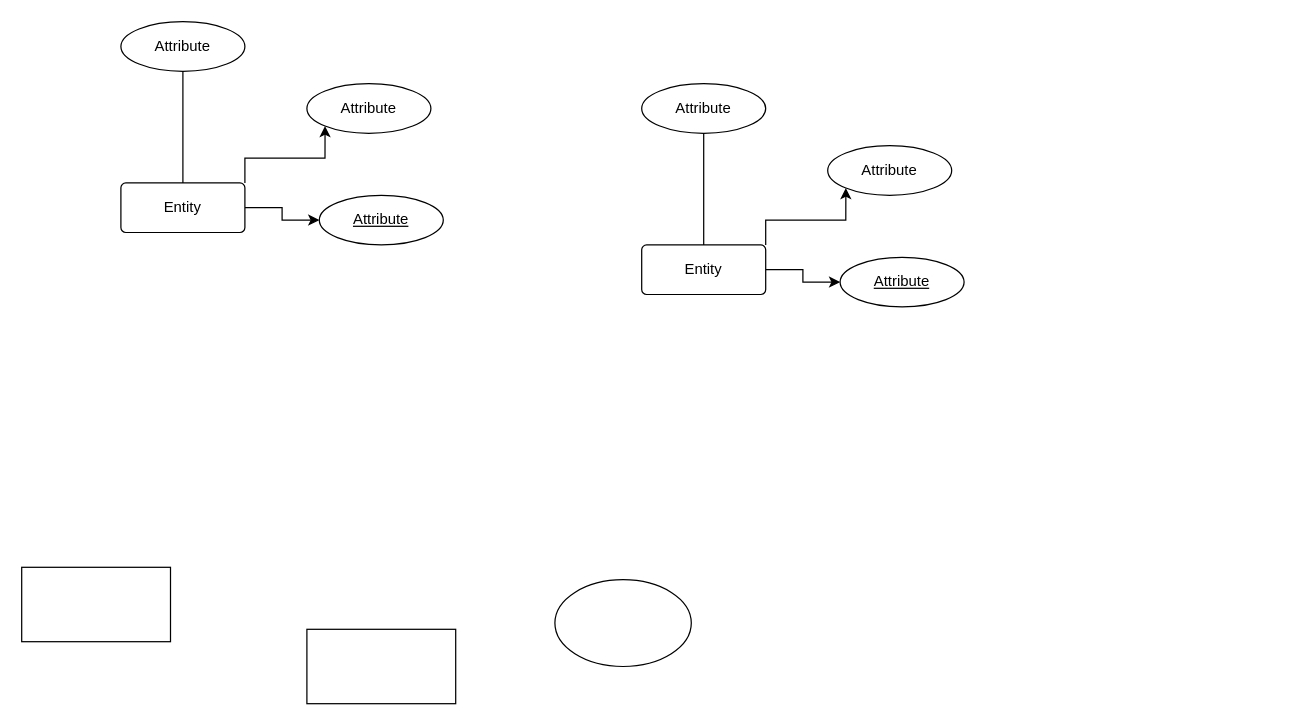
itsfadymate/Customer-Data-Management-System keeps this draw.io diagram as Untitled Diagram.drawio. Above is the earlier version. Source tidied: cells renumbered, new cells numbered last; positions are measured from the earlier drawing's top-left corner, leaving out a move shared by most shapes. Both pictures are drawn from the tidied source at 124%, with x=0, y=0 at pixel (21, 21).
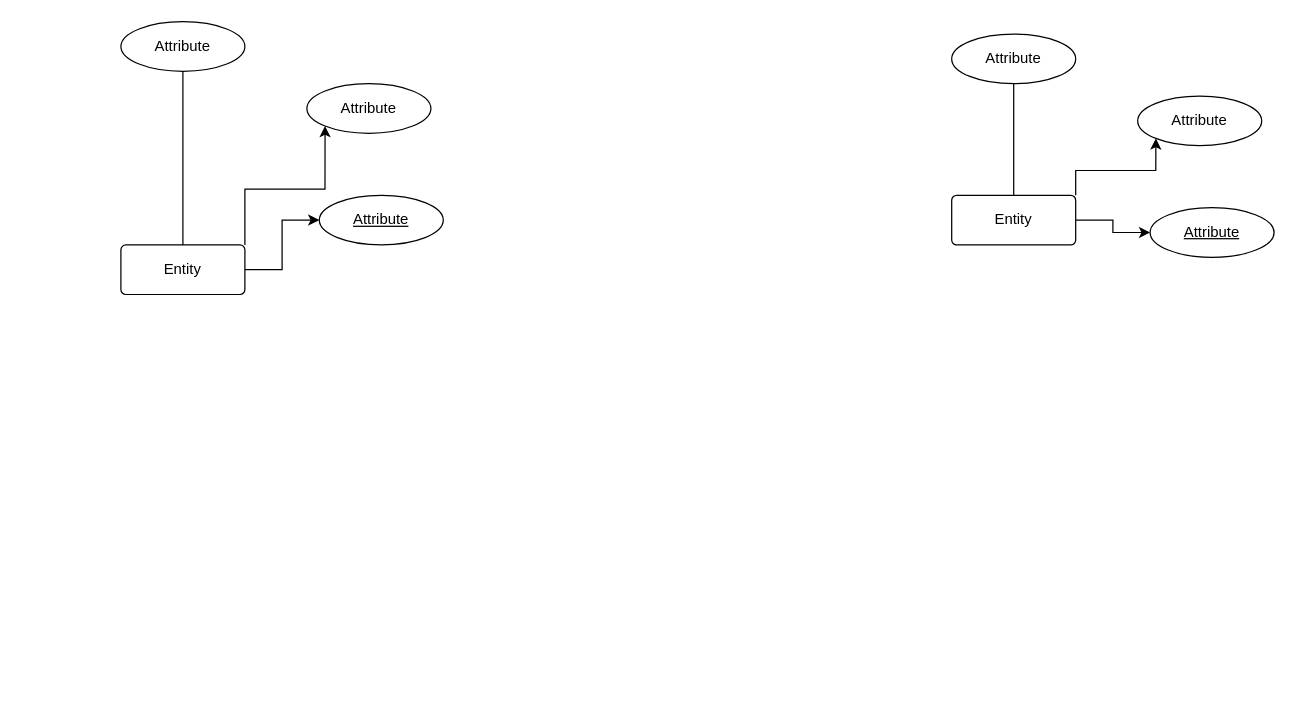
Above is the later version.

Diff of the diagram source:
```diff
@@
 <mxGraphModel>
   <root>
     <mxCell id="0" />
     <mxCell id="1" parent="0" />
     <mxCell id="2" style="edgeStyle=orthogonalEdgeStyle;rounded=0;jettySize=auto;html=1;exitX=1;exitY=0;exitDx=0;exitDy=0;entryX=0;entryY=1;entryDx=0;entryDy=0;" parent="1" edge="1" source="4" target="6">
       <mxGeometry relative="1" as="geometry" />
     </mxCell>
     <mxCell id="3" style="edgeStyle=orthogonalEdgeStyle;rounded=0;jettySize=auto;html=1;" parent="1" edge="1" source="4" target="7">
       <mxGeometry relative="1" as="geometry" />
     </mxCell>
     <mxCell id="4" value="Entity" style="rounded=1;arcSize=10;whiteSpace=wrap;html=1;align=center;" parent="1" vertex="1">
-      <mxGeometry x="500" y="180" width="100" height="40" as="geometry" />
+      <mxGeometry x="750" y="140" width="100" height="40" as="geometry" />
     </mxCell>
     <mxCell id="5" value="Attribute" style="ellipse;whiteSpace=wrap;html=1;align=center;" parent="1" vertex="1">
-      <mxGeometry x="500" y="50" width="100" height="40" as="geometry" />
+      <mxGeometry x="750" y="10" width="100" height="40" as="geometry" />
     </mxCell>
     <mxCell id="6" value="Attribute" style="ellipse;whiteSpace=wrap;html=1;align=center;" parent="1" vertex="1">
-      <mxGeometry x="650" y="100" width="100" height="40" as="geometry" />
+      <mxGeometry x="900" y="60" width="100" height="40" as="geometry" />
     </mxCell>
     <mxCell id="7" value="Attribute" style="ellipse;whiteSpace=wrap;html=1;align=center;fontStyle=4;" parent="1" vertex="1">
-      <mxGeometry x="660" y="190" width="100" height="40" as="geometry" />
+      <mxGeometry x="910" y="150" width="100" height="40" as="geometry" />
     </mxCell>
     <mxCell id="8" style="endArrow=none;html=1;rounded=0;exitX=0.5;exitY=0;exitDx=0;exitDy=0;entryX=0.5;entryY=1;entryDx=0;entryDy=0;" parent="1" edge="1" source="4" target="5">
       <mxGeometry relative="1" as="geometry" />
     </mxCell>
-    <mxCell id="9" style="rounded=0;whiteSpace=wrap;html=1;" parent="1" vertex="1">
-      <mxGeometry y="440" width="120" height="60" as="geometry" />
-    </mxCell>
-    <mxCell id="10" style="rounded=0;whiteSpace=wrap;html=1;" parent="1" vertex="1">
-      <mxGeometry x="230" y="490" width="120" height="60" as="geometry" />
-    </mxCell>
     <mxCell id="11" style="edgeStyle=orthogonalEdgeStyle;rounded=0;jettySize=auto;html=1;exitX=1;exitY=0;exitDx=0;exitDy=0;entryX=0;entryY=1;entryDx=0;entryDy=0;" parent="1" edge="1" source="14" target="16">
       <mxGeometry relative="1" as="geometry" />
     </mxCell>
-    <mxCell id="12" style="ellipse;whiteSpace=wrap;html=1;" parent="1" vertex="1">
-      <mxGeometry x="430" y="450" width="110" height="70" as="geometry" />
-    </mxCell>
     <mxCell id="13" style="edgeStyle=orthogonalEdgeStyle;rounded=0;jettySize=auto;html=1;" parent="1" edge="1" source="14" target="17">
       <mxGeometry relative="1" as="geometry" />
     </mxCell>
     <mxCell id="14" value="Entity" style="rounded=1;arcSize=10;whiteSpace=wrap;html=1;align=center;" parent="1" vertex="1">
-      <mxGeometry x="80" y="130" width="100" height="40" as="geometry" />
+      <mxGeometry x="80" y="180" width="100" height="40" as="geometry" />
     </mxCell>
     <mxCell id="15" value="Attribute" style="ellipse;whiteSpace=wrap;html=1;align=center;" parent="1" vertex="1">
       <mxGeometry x="80" width="100" height="40" as="geometry" />
     </mxCell>
     <mxCell id="16" value="Attribute" style="ellipse;whiteSpace=wrap;html=1;align=center;" parent="1" vertex="1">
       <mxGeometry x="230" y="50" width="100" height="40" as="geometry" />
     </mxCell>
     <mxCell id="17" value="Attribute" style="ellipse;whiteSpace=wrap;html=1;align=center;fontStyle=4;" parent="1" vertex="1">
       <mxGeometry x="240" y="140" width="100" height="40" as="geometry" />
     </mxCell>
     <mxCell id="18" style="endArrow=none;html=1;rounded=0;exitX=0.5;exitY=0;exitDx=0;exitDy=0;entryX=0.5;entryY=1;entryDx=0;entryDy=0;" parent="1" edge="1" source="14" target="15">
       <mxGeometry relative="1" as="geometry" />
     </mxCell>
   </root>
 </mxGraphModel>
```
